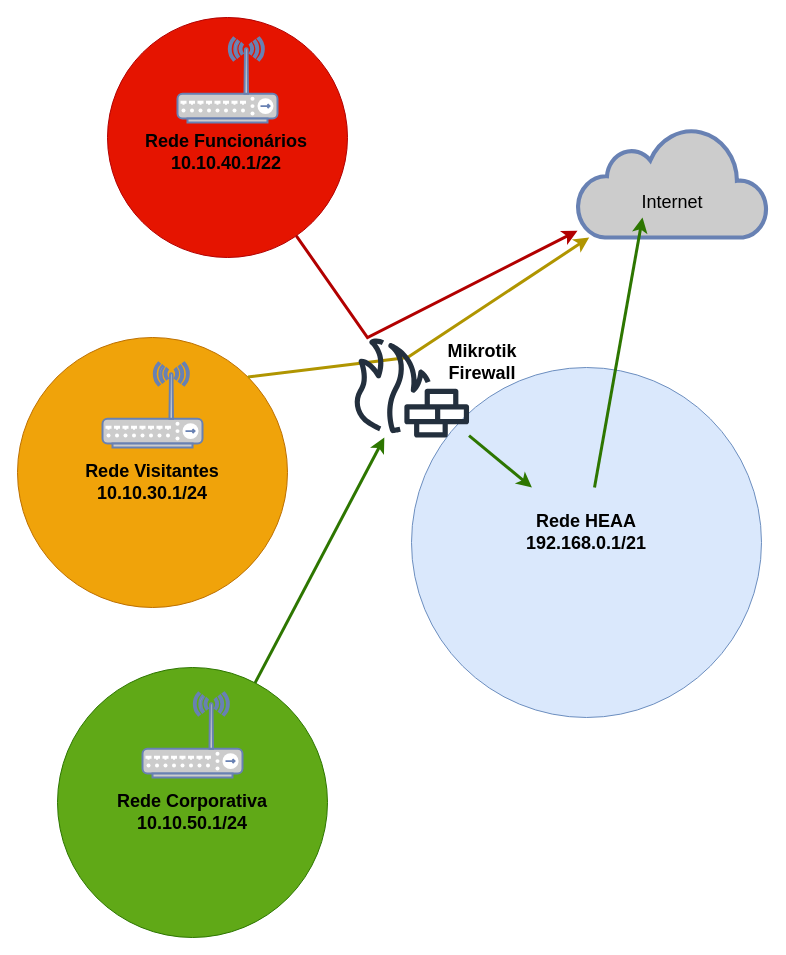
Before: Untitled Diagram.drawio in michaelrmartins/HEAA_Wifi-Diagram, a draw.io diagram. Source tidied: cells renumbered, new cells numbered last; positions are measured from the earlier drawing's top-left corner, leaving out a move shared by most shapes. Both pictures are drawn from the tidied source at 100%, with x=0, y=0 at pixel (17, 17).
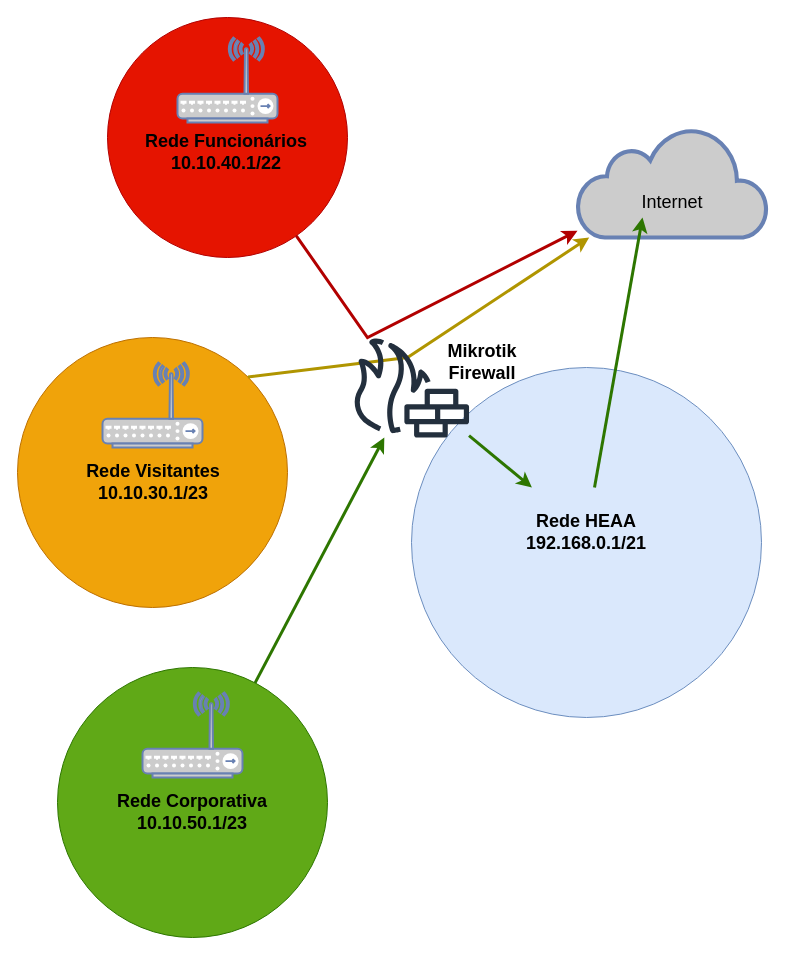
Above is the later version.

Diff of the diagram source:
```diff
@@
-    <mxCell id="14" value="Rede Visitantes&lt;br&gt;10.10.30.1/24" style="text;html=1;strokeColor=none;fillColor=none;align=center;verticalAlign=middle;whiteSpace=wrap;rounded=0;fontSize=18;fontStyle=1;" parent="1" vertex="1">
-      <mxGeometry x="40" y="450" width="190" height="30" as="geometry" />
+    <mxCell id="14" value="Rede Visitantes&lt;br&gt;10.10.30.1/23" style="text;html=1;strokeColor=none;fillColor=none;align=center;verticalAlign=middle;whiteSpace=wrap;rounded=0;fontSize=18;fontStyle=1;" parent="1" vertex="1">
+      <mxGeometry x="41" y="450" width="190" height="30" as="geometry" />
     </mxCell>
@@
-    <mxCell id="19" value="Rede Corporativa&lt;br&gt;10.10.50.1/24" style="text;html=1;strokeColor=none;fillColor=none;align=center;verticalAlign=middle;whiteSpace=wrap;rounded=0;fontSize=18;fontStyle=1;" parent="1" vertex="1">
+    <mxCell id="19" value="Rede Corporativa&lt;br&gt;10.10.50.1/23" style="text;html=1;strokeColor=none;fillColor=none;align=center;verticalAlign=middle;whiteSpace=wrap;rounded=0;fontSize=18;fontStyle=1;" parent="1" vertex="1">
       <mxGeometry x="80" y="780" width="190" height="30" as="geometry" />
     </mxCell>
```
